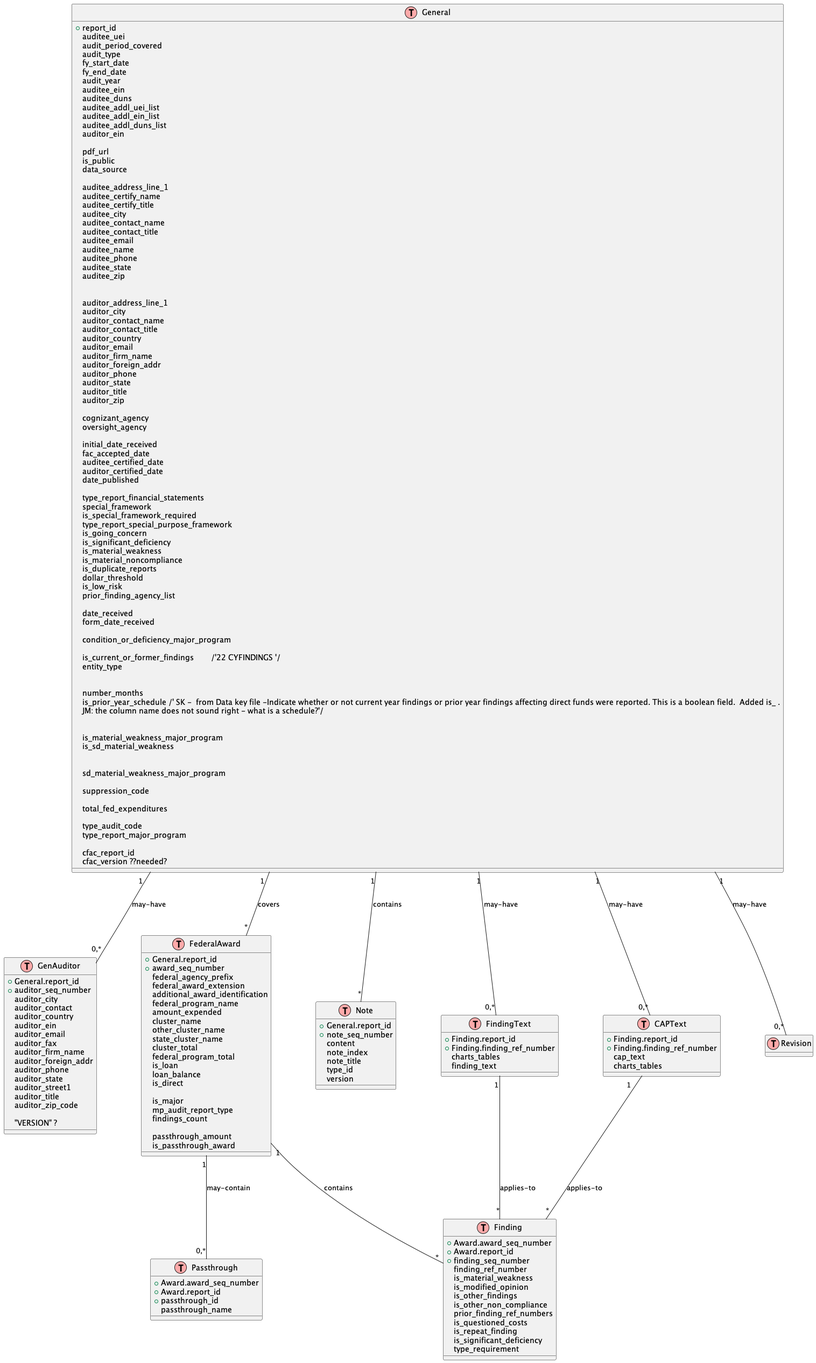
The PlantUML diagram backend/dissemination/data-model/Data Model.png in GSA-TTS/FAC, before a commit.
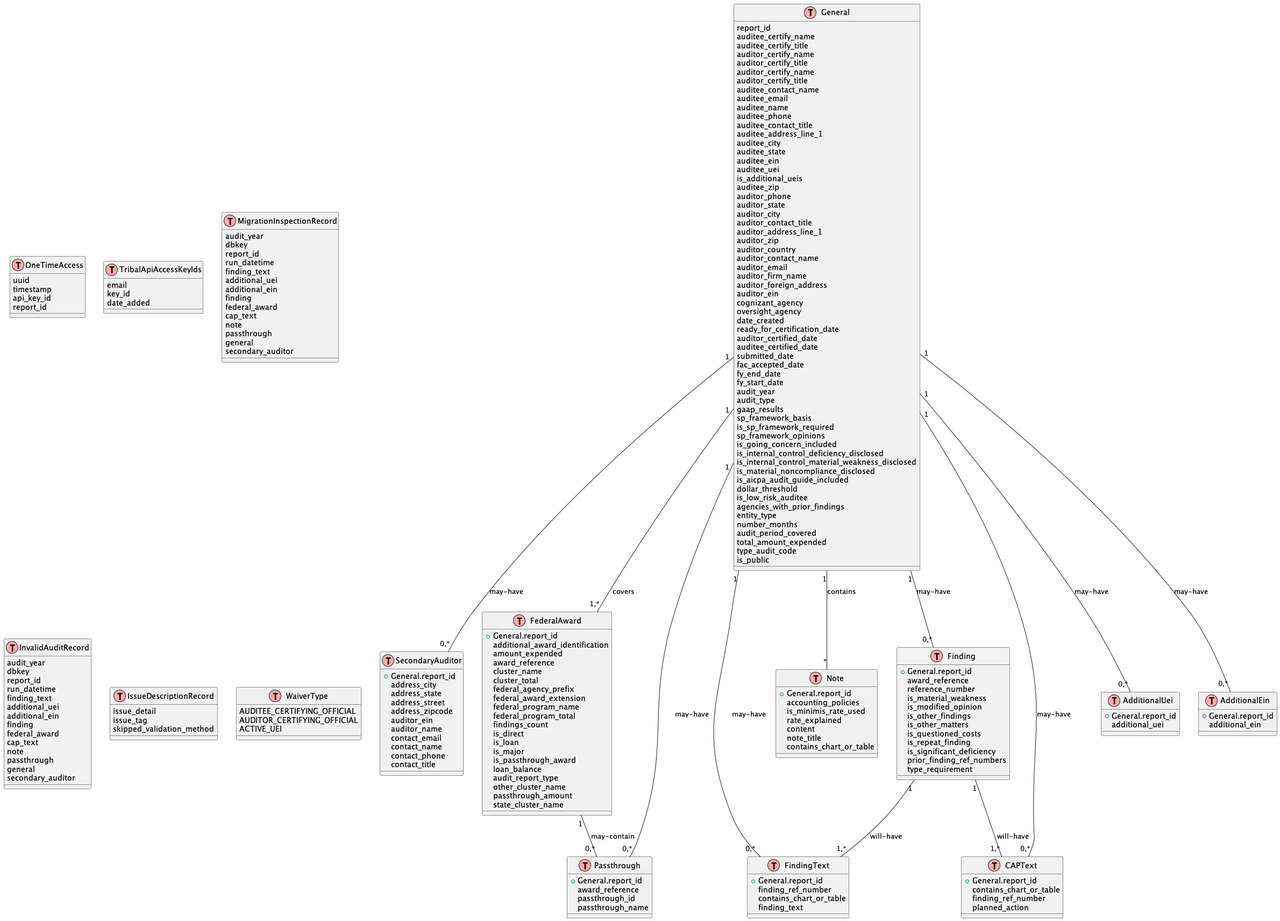
After the commit.

Commit message:
Updated Data Model to match current FAC dissemination

Change to the diagram source:
```diff
@@ -7,221 +7,246 @@
 hide empty attributes
 
 TABLE(General, "General") {
-    + report_id
-    auditee_uei
-    audit_period_covered
-    audit_type
-    fy_start_date
-    fy_end_date
-    audit_year                   /'22 AUDITYEAR '/
-    auditee_ein
-    auditee_duns
-    auditee_addl_uei_list
-    auditee_addl_ein_list
-    auditee_addl_duns_list
-    auditor_ein
-
-    pdf_url                           /' GFAC '/
-    is_public
-    data_source                       /'GFAC or CFAC '/
-
-    auditee_address_line_1
+    report_id
     auditee_certify_name
     auditee_certify_title
-    auditee_city
+    auditor_certify_name
+    auditor_certify_title
+    auditor_certify_name
+    auditor_certify_title
     auditee_contact_name
-    auditee_contact_title             /'22 AUDITEENAMETITLE and AUDITEETITLE'/
     auditee_email
     auditee_name
     auditee_phone
+    auditee_contact_title
+    auditee_address_line_1
+    auditee_city
     auditee_state
+    auditee_ein
+    auditee_uei
+    is_additional_ueis
     auditee_zip
-
-
+    auditor_phone
+    auditor_state
+    auditor_city
+    auditor_contact_title
     auditor_address_line_1
-    auditor_city
+    auditor_zip
+    auditor_country
     auditor_contact_name
-    auditor_contact_title             /' 22 CPANAMETITLE '/
-    auditor_country
     auditor_email
     auditor_firm_name
-    auditor_foreign_addr              /' 22 CPAFOREIGN'/
-    auditor_phone
-    auditor_state
-    auditor_title
-    auditor_zip
-
+    auditor_foreign_address
+    auditor_ein
     cognizant_agency
     oversight_agency
-
-    initial_date_received
-    fac_accepted_date /' JM: ?ready for certification. How is this different from initial_date_received? '/
+    date_created
+    ready_for_certification_date
+    auditor_certified_date
     auditee_certified_date
-    auditor_certified_date
-    date_published
-
-    type_report_financial_statements
-    special_framework
-    is_special_framework_required
-    type_report_special_purpose_framework
-    is_going_concern
-    is_significant_deficiency
-    is_material_weakness
-    is_material_noncompliance
-    is_duplicate_reports
+    submitted_date
+    fac_accepted_date
+    fy_end_date
+    fy_start_date
+    audit_year
+    audit_type
+    gaap_results
+    sp_framework_basis
+    is_sp_framework_required
+    sp_framework_opinions
+    is_going_concern_included
+    is_internal_control_deficiency_disclosed
+    is_internal_control_material_weakness_disclosed
+    is_material_noncompliance_disclosed
+    is_aicpa_audit_guide_included
     dollar_threshold
-    is_low_risk
-    prior_finding_agency_list
-
-    date_received /' SK - from Census meeting - Date when recent submission was received.  This is >= initialdate '/
-    form_date_received /' SK - from Data key file - The most Recent Date the Form SF-SAC was received by the FAC. This field was not populated before 2001.'/
-
-    condition_or_deficiency_major_program /' SK - from Data key file - Indicate whether any reportable condition/signficant deficiency was disclosed as a material weakness for a major program in the Schedule of Findings and Questioned Costs '/
-
-    is_current_or_former_findings        /'22 CYFINDINGS '/ /' SK - This is a boolean field '/
-    entity_type /' SK - from Data key file - Self reported type of entity '/
-
-
-    number_months /' SK - from Data key file - Number of Months Covered by the 'Other' Audit Period'/
-    is_prior_year_schedule /' SK -  from Data key file -Indicate whether or not current year findings or prior year findings affecting direct funds were reported. This is a boolean field.  Added is_ .
-    JM: the column name does not sound right - what is a schedule?'/
-
-
-    is_material_weakness_major_program /' SK - Not used since 2013.  Is this hist_ ?'/
-    is_sd_material_weakness /' SK - from 1146 spreadsheet - Whether or not the audit disclosed any reportable condition/significant deficiency as a material weakness on financial statements. Its a Y/N field. It gets disseminated in the GEN file as MATERIALWEAKNESS'/
-
-
-    sd_material_weakness_major_program /' SK - Present in ELECAUDITHEADER.  Is this different from is_material_weakness_major_program ? '/
-
-    suppression_code  /' SK - from 1146 Questions sheet - This would indicate if the pdf audit would be displayed in the public site.  IT would mean indian tribe opting to not make the audit publicly available.  NULL would mean its pdf is on dispay on the public facing site. '/
-
-    total_fed_expenditures /' SK - from 1146 Questions sheet - It is the summation of all expenditures listed on the federal awards workbook. It is not entered by the user, the workbook calculates total expenditure and it is stored here. '/
-
-    type_audit_code   /' SK - from 1146 Questions sheet - Would indicate if the audit is A133 or UG. '/
-    type_report_major_program  /' SK - from Data key file - Type of Report Issued on the Major Program Compliance '/
-
-    cfac_report_id
-    cfac_version ??needed?
-
-
-}
-
-TABLE(Auditor, "GenAuditor") {
-  + General.report_id
-  + auditor_seq_number
-    auditor_city
-    auditor_contact
-    auditor_country
-    auditor_ein
-    auditor_email
-    auditor_fax
-    auditor_firm_name
-    auditor_foreign_addr
-    auditor_phone
-    auditor_state
-    auditor_street1
-    auditor_title
-    auditor_zip_code
-
-    "VERSION" ? /' Discuss with Matt '/
+    is_low_risk_auditee
+    agencies_with_prior_findings
+    entity_type
+    number_months
+    audit_period_covered
+    total_amount_expended
+    type_audit_code
+    is_public
 }
 
 
-TABLE(Award, "FederalAward") {
+TABLE(SecondaryAuditor, "SecondaryAuditor") {
   + General.report_id
-  + award_seq_number
+  address_city
+  address_state
+  address_street
+  address_zipcode
+  auditor_ein
+  auditor_name
+  contact_email
+  contact_name
+  contact_phone
+  contact_title
+}
+
+
+TABLE(FederalAward, "FederalAward") {
+  + General.report_id
+  additional_award_identification
+  amount_expended
+  award_reference
+  cluster_name
+  cluster_total
   federal_agency_prefix
   federal_award_extension
-  additional_award_identification
   federal_program_name
-  amount_expended
-  cluster_name
+  federal_program_total
+  findings_count
+  is_direct
+  is_loan
+  is_major
+  is_passthrough_award
+  loan_balance
+  audit_report_type
   other_cluster_name
+  passthrough_amount
   state_cluster_name
-  cluster_total
-  federal_program_total
-  is_loan
-  loan_balance
-  is_direct
-
-  is_major
-  mp_audit_report_type
-  findings_count
-
-  passthrough_amount
-  is_passthrough_award
+}
 
 
-
-
-
-
-
-}
-
 TABLE(Passthrough, "Passthrough") {
-  + Award.award_seq_number /' Old ELECSAUDIT '/
-  + Award.report_id
-  + passthrough_id
+  + General.report_id
+  award_reference
+  passthrough_id
   passthrough_name
 }
 
 
 TABLE(Finding, "Finding") {
-  + Award.award_seq_number /' To be added to GFAC '/
-  + Award.report_id
-  + finding_seq_number
-  finding_ref_number
+  + General.report_id
+  award_reference
+  reference_number
   is_material_weakness
   is_modified_opinion
   is_other_findings
-  is_other_non_compliance
-  prior_finding_ref_numbers
+  is_other_matters
   is_questioned_costs
   is_repeat_finding
   is_significant_deficiency
+  prior_finding_ref_numbers
   type_requirement
-
 }
 
 TABLE(Note, "Note") {
   + General.report_id
-  + note_seq_number
+  accounting_policies
+  is_minimis_rate_used
+  rate_explained
   content
-  note_index
   note_title
-  type_id
-  version /' Is this the latest version? Discuss with Matt.  Is this required in General? '/
+  contains_chart_or_table
 }
 
 
 TABLE(FindingText, "FindingText") {
-  + Finding.report_id
-  + Finding.finding_ref_number
-  charts_tables
+  + General.report_id
+  finding_ref_number
+  contains_chart_or_table
   finding_text
 }
 
 TABLE(CAPText, "CAPText") {
-  + Finding.report_id
-  + Finding.finding_ref_number
-  cap_text
-  charts_tables
+  + General.report_id
+  contains_chart_or_table
+  finding_ref_number
+  planned_action
 }
 
 
-TABLE(Revision, "Revision") {
+TABLE(AdditionalUei, "AdditionalUei") {
+  + General.report_id
+  additional_uei
 }
 
-General "1" -- "*" Award : covers
-General "1" -- "0,*" Auditor : may-have
-General "1" -- "0,*" Revision : may-have
+
+TABLE(AdditionalEin, "AdditionalEin") {
+  + General.report_id
+  additional_ein
+}
+
+
+TABLE(OneTimeAccess, "OneTimeAccess") {
+  uuid
+  timestamp
+  api_key_id
+  report_id
+}
+
+
+TABLE(TribalApiAccessKeyIds, "TribalApiAccessKeyIds") {
+  email
+  key_id
+  date_added
+}
+
+
+TABLE(MigrationInspectionRecord, "MigrationInspectionRecord") {
+  audit_year
+  dbkey
+  report_id
+  run_datetime
+  finding_text
+  additional_uei
+  additional_ein
+  finding
+  federal_award
+  cap_text
+  note
+  passthrough
+  general
+  secondary_auditor
+}
+
+
+TABLE(InvalidAuditRecord, "InvalidAuditRecord") {
+  audit_year
+  dbkey
+  report_id
+  run_datetime
+  finding_text
+  additional_uei
+  additional_ein
+  finding
+  federal_award
+  cap_text
+  note
+  passthrough
+  general
+  secondary_auditor
+}
+
+
+TABLE(IssueDescriptionRecord, "IssueDescriptionRecord") {
+  issue_detail
+  issue_tag
+  skipped_validation_method
+}
+
+
+TABLE(WaiverType, "WaiverType") {
+  AUDITEE_CERTIFYING_OFFICIAL
+  AUDITOR_CERTIFYING_OFFICIAL
+  ACTIVE_UEI
+}
+
+
+General "1" -- "1,*" FederalAward : covers
+General "1" -- "0,*" Passthrough : may-have
+General "1" -- "0,*" SecondaryAuditor : may-have
+General "1" -- "0,*" Finding : may-have
 General "1" -- "0,*" FindingText : may-have
 General "1" -- "0,*" CAPText : may-have
-Award "1" -- "0,*" Passthrough : may-contain
-Award "1" -- "*" Finding : contains
+General "1" -- "0,*" AdditionalUei : may-have
+General "1" -- "0,*" AdditionalEin : may-have
 General "1" -- "*" Note : contains
-FindingText “1” -- “*” Finding : applies-to
-CAPText “1” -- “*” Finding : applies-to
+FederalAward "1" -- "0,*" Passthrough : may-contain
+Finding “1” -- “1,*” FindingText : will-have
+Finding “1” -- “1,*” CAPText : will-have
 
 @enduml
```
